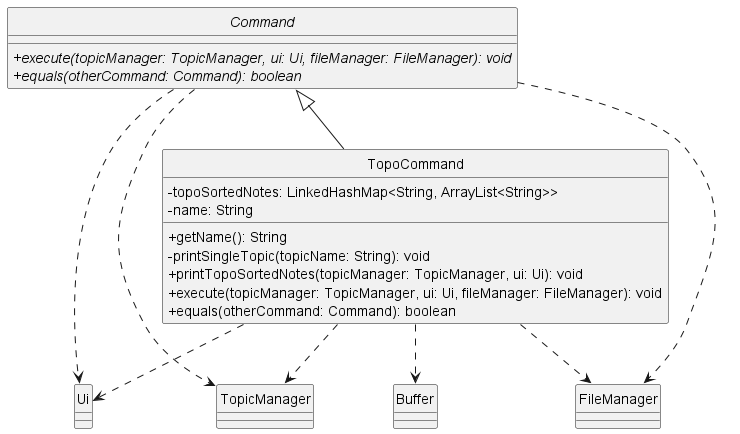
Before: docs/class-diagrams/diagrams/TopoCommandClass.png, a diagram exported from PlantUML (ong-ck/tp).
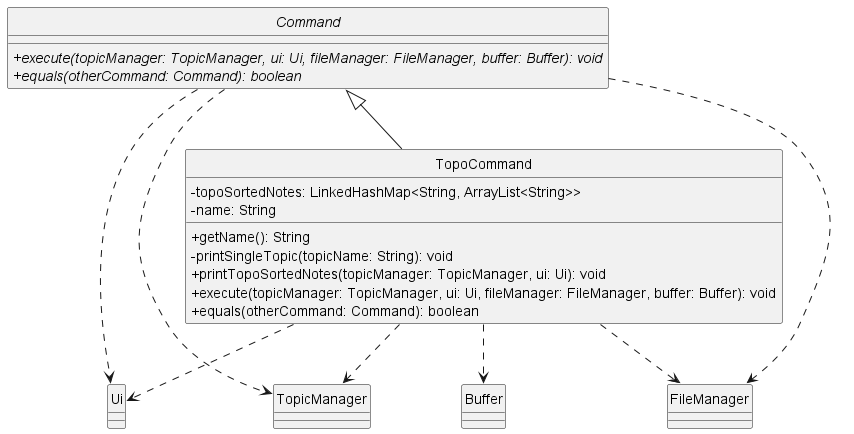
Above is the later version.

Commit message:
Update methods in class diagram to include buffer

Change to the diagram source:
```diff
@@ -2,7 +2,7 @@
 skinparam classAttributeIconSize 0
 hide circle
 abstract class Command {
-+execute(topicManager: TopicManager, ui: Ui, fileManager: FileManager): void {abstract}
++execute(topicManager: TopicManager, ui: Ui, fileManager: FileManager, buffer: Buffer): void {abstract}
 +equals(otherCommand: Command): boolean {abstract}
 }
 
@@ -13,7 +13,7 @@
 +getName(): String
 -printSingleTopic(topicName: String): void
 +printTopoSortedNotes(topicManager: TopicManager, ui: Ui): void
-+execute(topicManager: TopicManager, ui: Ui, fileManager: FileManager): void
++execute(topicManager: TopicManager, ui: Ui, fileManager: FileManager, buffer: Buffer): void
 +equals(otherCommand: Command): boolean
 }
 
```
